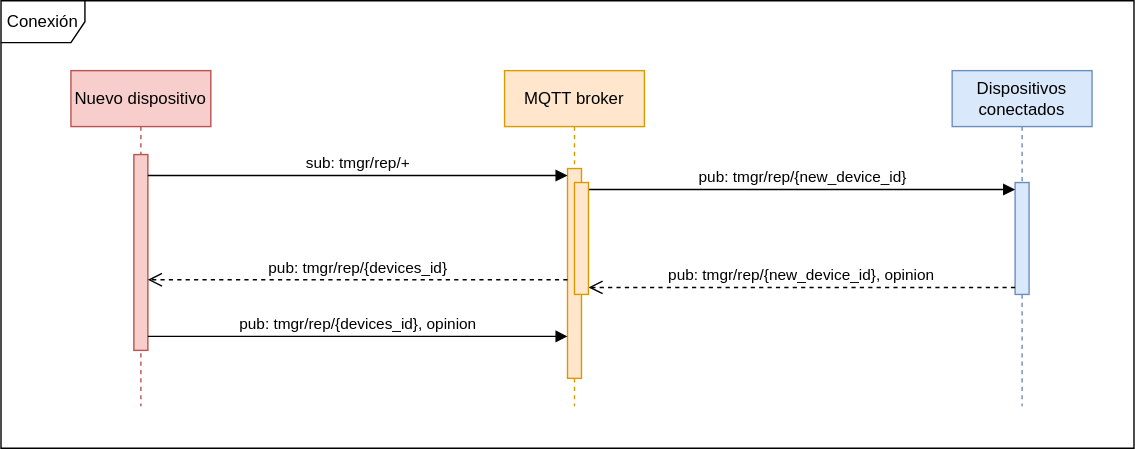
Above: docs/diagramas/secuencia/secuencia-conexion.drawio.svg in diegojrl/TFG (draw.io), before the change. Source tidied: cells renumbered, new cells last; positions are measured from the earlier drawing's top-left corner, leaving out a move shared by most shapes. The source it was exported from:
```xml
<mxGraphModel>
  <root>
    <mxCell id="0" />
    <mxCell id="1" parent="0" />
    <mxCell id="2" value="Nuevo dispositivo" style="shape=umlLifeline;perimeter=lifelinePerimeter;whiteSpace=wrap;html=1;newEdgeStyle={&quot;curved&quot;:0,&quot;rounded&quot;:0};fillColor=#f8cecc;strokeColor=#b85450;" parent="1" vertex="1">
      <mxGeometry x="50" y="50" width="100" height="240" as="geometry" />
    </mxCell>
    <mxCell id="3" style="html=1;points=[[0,0,0,0,5],[0,1,0,0,-5],[1,0,0,0,5],[1,1,0,0,-5]];perimeter=orthogonalPerimeter;outlineConnect=0;targetShapes=umlLifeline;portConstraint=eastwest;newEdgeStyle={&quot;curved&quot;:0,&quot;rounded&quot;:0};fillColor=#f8cecc;strokeColor=#b85450;" parent="2" vertex="1">
      <mxGeometry x="45" y="60" width="10" height="140" as="geometry" />
    </mxCell>
    <mxCell id="4" value="MQTT broker" style="shape=umlLifeline;perimeter=lifelinePerimeter;whiteSpace=wrap;html=1;newEdgeStyle={&quot;curved&quot;:0,&quot;rounded&quot;:0};fillColor=#ffe6cc;strokeColor=#d79b00;" parent="1" vertex="1">
      <mxGeometry x="360" y="50" width="100" height="240" as="geometry" />
    </mxCell>
    <mxCell id="5" style="html=1;points=[[0,0,0,0,5],[0,1,0,0,-5],[1,0,0,0,5],[1,1,0,0,-5]];perimeter=orthogonalPerimeter;outlineConnect=0;targetShapes=umlLifeline;portConstraint=eastwest;newEdgeStyle={&quot;curved&quot;:0,&quot;rounded&quot;:0};fillColor=#ffe6cc;strokeColor=#d79b00;" parent="4" vertex="1">
      <mxGeometry x="45" y="70" width="10" height="150" as="geometry" />
    </mxCell>
    <mxCell id="6" value="Dispositivos conectados" style="shape=umlLifeline;perimeter=lifelinePerimeter;whiteSpace=wrap;html=1;newEdgeStyle={&quot;curved&quot;:0,&quot;rounded&quot;:0};fillColor=#dae8fc;strokeColor=#6c8ebf;" parent="1" vertex="1">
      <mxGeometry x="680" y="50" width="100" height="240" as="geometry" />
    </mxCell>
    <mxCell id="7" style="html=1;points=[[0,0,0,0,5],[0,1,0,0,-5],[1,0,0,0,5],[1,1,0,0,-5]];perimeter=orthogonalPerimeter;outlineConnect=0;targetShapes=umlLifeline;portConstraint=eastwest;newEdgeStyle={&quot;curved&quot;:0,&quot;rounded&quot;:0};fillColor=#dae8fc;strokeColor=#6c8ebf;" parent="6" vertex="1">
      <mxGeometry x="45" y="80" width="10" height="80" as="geometry" />
    </mxCell>
    <mxCell id="8" value="sub: tmgr/rep/+" style="html=1;verticalAlign=bottom;endArrow=block;curved=0;rounded=0;entryX=0;entryY=0;entryDx=0;entryDy=5;" parent="1" edge="1" source="3" target="5">
      <mxGeometry relative="1" as="geometry" />
    </mxCell>
    <mxCell id="9" value="pub: tmgr/rep/{devices_id}" style="html=1;verticalAlign=bottom;endArrow=open;dashed=1;endSize=8;curved=0;rounded=0;exitX=0;exitY=1;exitDx=0;exitDy=-5;" parent="1" edge="1">
      <mxGeometry relative="1" as="geometry">
        <mxPoint x="405" y="199.5" as="sourcePoint" />
        <mxPoint x="105" y="199.5" as="targetPoint" />
      </mxGeometry>
    </mxCell>
    <mxCell id="10" value="pub: tmgr/rep/{new_device_id}" style="html=1;verticalAlign=bottom;endArrow=block;curved=0;rounded=0;entryX=0;entryY=0;entryDx=0;entryDy=5;" parent="1" edge="1" source="12" target="7">
      <mxGeometry relative="1" as="geometry" />
    </mxCell>
    <mxCell id="11" value="pub: tmgr/rep/{new_device_id}, opinion" style="html=1;verticalAlign=bottom;endArrow=open;dashed=1;endSize=8;curved=0;rounded=0;exitX=0;exitY=1;exitDx=0;exitDy=-5;entryX=1;entryY=1;entryDx=0;entryDy=-5;entryPerimeter=0;" parent="1" edge="1" source="7" target="12">
      <mxGeometry relative="1" as="geometry" />
    </mxCell>
    <mxCell id="12" style="html=1;points=[[0,0,0,0,5],[0,1,0,0,-5],[1,0,0,0,5],[1,1,0,0,-5]];perimeter=orthogonalPerimeter;outlineConnect=0;targetShapes=umlLifeline;portConstraint=eastwest;newEdgeStyle={&quot;curved&quot;:0,&quot;rounded&quot;:0};fillColor=#ffe6cc;strokeColor=#d79b00;" parent="1" vertex="1">
      <mxGeometry x="410" y="130" width="10" height="80" as="geometry" />
    </mxCell>
    <mxCell id="13" value="pub: tmgr/rep/{devices_id}, opinion" style="html=1;verticalAlign=bottom;endArrow=block;curved=0;rounded=0;" parent="1" edge="1">
      <mxGeometry relative="1" as="geometry">
        <mxPoint x="105" y="240" as="sourcePoint" />
        <mxPoint x="405" y="240" as="targetPoint" />
      </mxGeometry>
    </mxCell>
    <mxCell id="14" value="Conexión" style="shape=umlFrame;whiteSpace=wrap;html=1;" parent="1" vertex="1">
      <mxGeometry width="810" height="320" as="geometry" />
    </mxCell>
  </root>
</mxGraphModel>
```
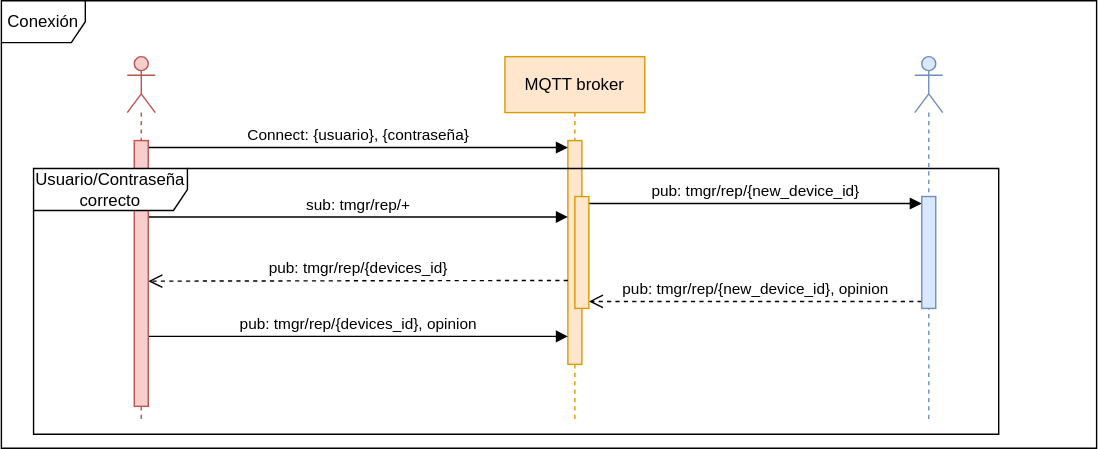
After the change.

Change to the diagram source:
```diff
@@ -2,50 +2,59 @@
   <root>
     <mxCell id="0" />
     <mxCell id="1" parent="0" />
-    <mxCell id="2" value="Nuevo dispositivo" style="shape=umlLifeline;perimeter=lifelinePerimeter;whiteSpace=wrap;html=1;newEdgeStyle={&quot;curved&quot;:0,&quot;rounded&quot;:0};fillColor=#f8cecc;strokeColor=#b85450;" parent="1" vertex="1">
-      <mxGeometry x="50" y="50" width="100" height="240" as="geometry" />
-    </mxCell>
-    <mxCell id="3" style="html=1;points=[[0,0,0,0,5],[0,1,0,0,-5],[1,0,0,0,5],[1,1,0,0,-5]];perimeter=orthogonalPerimeter;outlineConnect=0;targetShapes=umlLifeline;portConstraint=eastwest;newEdgeStyle={&quot;curved&quot;:0,&quot;rounded&quot;:0};fillColor=#f8cecc;strokeColor=#b85450;" parent="2" vertex="1">
-      <mxGeometry x="45" y="60" width="10" height="140" as="geometry" />
-    </mxCell>
     <mxCell id="4" value="MQTT broker" style="shape=umlLifeline;perimeter=lifelinePerimeter;whiteSpace=wrap;html=1;newEdgeStyle={&quot;curved&quot;:0,&quot;rounded&quot;:0};fillColor=#ffe6cc;strokeColor=#d79b00;" parent="1" vertex="1">
-      <mxGeometry x="360" y="50" width="100" height="240" as="geometry" />
+      <mxGeometry x="287" y="80" width="100" height="260" as="geometry" />
     </mxCell>
-    <mxCell id="5" style="html=1;points=[[0,0,0,0,5],[0,1,0,0,-5],[1,0,0,0,5],[1,1,0,0,-5]];perimeter=orthogonalPerimeter;outlineConnect=0;targetShapes=umlLifeline;portConstraint=eastwest;newEdgeStyle={&quot;curved&quot;:0,&quot;rounded&quot;:0};fillColor=#ffe6cc;strokeColor=#d79b00;" parent="4" vertex="1">
-      <mxGeometry x="45" y="70" width="10" height="150" as="geometry" />
-    </mxCell>
-    <mxCell id="6" value="Dispositivos conectados" style="shape=umlLifeline;perimeter=lifelinePerimeter;whiteSpace=wrap;html=1;newEdgeStyle={&quot;curved&quot;:0,&quot;rounded&quot;:0};fillColor=#dae8fc;strokeColor=#6c8ebf;" parent="1" vertex="1">
-      <mxGeometry x="680" y="50" width="100" height="240" as="geometry" />
-    </mxCell>
-    <mxCell id="7" style="html=1;points=[[0,0,0,0,5],[0,1,0,0,-5],[1,0,0,0,5],[1,1,0,0,-5]];perimeter=orthogonalPerimeter;outlineConnect=0;targetShapes=umlLifeline;portConstraint=eastwest;newEdgeStyle={&quot;curved&quot;:0,&quot;rounded&quot;:0};fillColor=#dae8fc;strokeColor=#6c8ebf;" parent="6" vertex="1">
-      <mxGeometry x="45" y="80" width="10" height="80" as="geometry" />
-    </mxCell>
+    <mxCell id="15" style="html=1;points=[[0,0,0,0,5],[0,1,0,0,-5],[1,0,0,0,5],[1,1,0,0,-5]];perimeter=orthogonalPerimeter;outlineConnect=0;targetShapes=umlLifeline;portConstraint=eastwest;newEdgeStyle={&quot;curved&quot;:0,&quot;rounded&quot;:0};fillColor=#ffe6cc;strokeColor=#d79b00;" parent="4" vertex="1">
+      <mxGeometry x="45" y="60" width="10" height="160" as="geometry" />
+    </mxCell>
-    <mxCell id="8" value="sub: tmgr/rep/+" style="html=1;verticalAlign=bottom;endArrow=block;curved=0;rounded=0;entryX=0;entryY=0;entryDx=0;entryDy=5;" parent="1" edge="1" source="3" target="5">
-      <mxGeometry relative="1" as="geometry" />
+    <mxCell id="8" value="sub: tmgr/rep/+" style="html=1;verticalAlign=bottom;endArrow=block;curved=0;rounded=0;entryX=0;entryY=0;entryDx=0;entryDy=5;" parent="1" edge="1">
+      <mxGeometry relative="1" as="geometry">
+        <mxPoint x="32" y="194.6" as="sourcePoint" />
+        <mxPoint x="332" y="194.6" as="targetPoint" />
+      </mxGeometry>
     </mxCell>
     <mxCell id="9" value="pub: tmgr/rep/{devices_id}" style="html=1;verticalAlign=bottom;endArrow=open;dashed=1;endSize=8;curved=0;rounded=0;exitX=0;exitY=1;exitDx=0;exitDy=-5;" parent="1" edge="1">
       <mxGeometry relative="1" as="geometry">
-        <mxPoint x="405" y="199.5" as="sourcePoint" />
-        <mxPoint x="105" y="199.5" as="targetPoint" />
+        <mxPoint x="332" y="240" as="sourcePoint" />
+        <mxPoint x="32" y="240.5" as="targetPoint" />
       </mxGeometry>
     </mxCell>
-    <mxCell id="10" value="pub: tmgr/rep/{new_device_id}" style="html=1;verticalAlign=bottom;endArrow=block;curved=0;rounded=0;entryX=0;entryY=0;entryDx=0;entryDy=5;" parent="1" edge="1" source="12" target="7">
+    <mxCell id="10" value="pub: tmgr/rep/{new_device_id}" style="html=1;verticalAlign=bottom;endArrow=block;curved=0;rounded=0;entryX=0;entryY=0;entryDx=0;entryDy=5;" parent="1" edge="1" source="16" target="22">
       <mxGeometry relative="1" as="geometry" />
     </mxCell>
-    <mxCell id="11" value="pub: tmgr/rep/{new_device_id}, opinion" style="html=1;verticalAlign=bottom;endArrow=open;dashed=1;endSize=8;curved=0;rounded=0;exitX=0;exitY=1;exitDx=0;exitDy=-5;entryX=1;entryY=1;entryDx=0;entryDy=-5;entryPerimeter=0;" parent="1" edge="1" source="7" target="12">
+    <mxCell id="11" value="pub: tmgr/rep/{new_device_id}, opinion" style="html=1;verticalAlign=bottom;endArrow=open;dashed=1;endSize=8;curved=0;rounded=0;exitX=0;exitY=1;exitDx=0;exitDy=-5;entryX=1;entryY=1;entryDx=0;entryDy=-5;entryPerimeter=0;" parent="1" edge="1" source="22" target="16">
       <mxGeometry relative="1" as="geometry" />
     </mxCell>
-    <mxCell id="12" style="html=1;points=[[0,0,0,0,5],[0,1,0,0,-5],[1,0,0,0,5],[1,1,0,0,-5]];perimeter=orthogonalPerimeter;outlineConnect=0;targetShapes=umlLifeline;portConstraint=eastwest;newEdgeStyle={&quot;curved&quot;:0,&quot;rounded&quot;:0};fillColor=#ffe6cc;strokeColor=#d79b00;" parent="1" vertex="1">
-      <mxGeometry x="410" y="130" width="10" height="80" as="geometry" />
-    </mxCell>
+    <mxCell id="16" style="html=1;points=[[0,0,0,0,5],[0,1,0,0,-5],[1,0,0,0,5],[1,1,0,0,-5]];perimeter=orthogonalPerimeter;outlineConnect=0;targetShapes=umlLifeline;portConstraint=eastwest;newEdgeStyle={&quot;curved&quot;:0,&quot;rounded&quot;:0};fillColor=#ffe6cc;strokeColor=#d79b00;" parent="1" vertex="1">
+      <mxGeometry x="337" y="180" width="10" height="80" as="geometry" />
+    </mxCell>
     <mxCell id="13" value="pub: tmgr/rep/{devices_id}, opinion" style="html=1;verticalAlign=bottom;endArrow=block;curved=0;rounded=0;" parent="1" edge="1">
       <mxGeometry relative="1" as="geometry">
-        <mxPoint x="105" y="240" as="sourcePoint" />
-        <mxPoint x="405" y="240" as="targetPoint" />
+        <mxPoint x="32" y="280" as="sourcePoint" />
+        <mxPoint x="332" y="280" as="targetPoint" />
       </mxGeometry>
     </mxCell>
     <mxCell id="14" value="Conexión" style="shape=umlFrame;whiteSpace=wrap;html=1;" parent="1" vertex="1">
-      <mxGeometry width="810" height="320" as="geometry" />
+      <mxGeometry x="-73" y="40" width="783" height="320" as="geometry" />
     </mxCell>
+    <mxCell id="17" value="Connect: {usuario}, {contraseña}" style="html=1;verticalAlign=bottom;endArrow=block;curved=0;rounded=0;entryX=0;entryY=0;entryDx=0;entryDy=5;entryPerimeter=0;" parent="1" edge="1" source="19" target="15">
+      <mxGeometry relative="1" as="geometry" />
+    </mxCell>
+    <mxCell id="18" style="shape=umlLifeline;perimeter=lifelinePerimeter;whiteSpace=wrap;html=1;newEdgeStyle={&quot;curved&quot;:0,&quot;rounded&quot;:0};participant=umlActor;fillColor=#f8cecc;strokeColor=#b85450;" parent="1" vertex="1">
+      <mxGeometry x="17" y="80" width="20" height="260" as="geometry" />
+    </mxCell>
+    <mxCell id="19" style="html=1;points=[[0,0,0,0,5],[0,1,0,0,-5],[1,0,0,0,5],[1,1,0,0,-5]];perimeter=orthogonalPerimeter;outlineConnect=0;targetShapes=umlLifeline;portConstraint=eastwest;newEdgeStyle={&quot;curved&quot;:0,&quot;rounded&quot;:0};fillColor=#f8cecc;strokeColor=#b85450;" parent="18" vertex="1">
+      <mxGeometry x="5" y="60" width="10" height="190" as="geometry" />
+    </mxCell>
+    <mxCell id="20" value="Usuario/Contraseña correcto" style="shape=umlFrame;whiteSpace=wrap;html=1;width=110;height=30;" parent="1" vertex="1">
+      <mxGeometry x="-50" y="160" width="690" height="190" as="geometry" />
+    </mxCell>
+    <mxCell id="21" style="shape=umlLifeline;perimeter=lifelinePerimeter;whiteSpace=wrap;html=1;newEdgeStyle={&quot;curved&quot;:0,&quot;rounded&quot;:0};participant=umlActor;fillColor=#dae8fc;strokeColor=#6c8ebf;" parent="1" vertex="1">
+      <mxGeometry x="580" y="80" width="20" height="260" as="geometry" />
+    </mxCell>
+    <mxCell id="22" style="html=1;points=[[0,0,0,0,5],[0,1,0,0,-5],[1,0,0,0,5],[1,1,0,0,-5]];perimeter=orthogonalPerimeter;outlineConnect=0;targetShapes=umlLifeline;portConstraint=eastwest;newEdgeStyle={&quot;curved&quot;:0,&quot;rounded&quot;:0};fillColor=#dae8fc;strokeColor=#6c8ebf;" parent="21" vertex="1">
+      <mxGeometry x="5" y="100" width="10" height="80" as="geometry" />
+    </mxCell>
   </root>
 </mxGraphModel>
```
